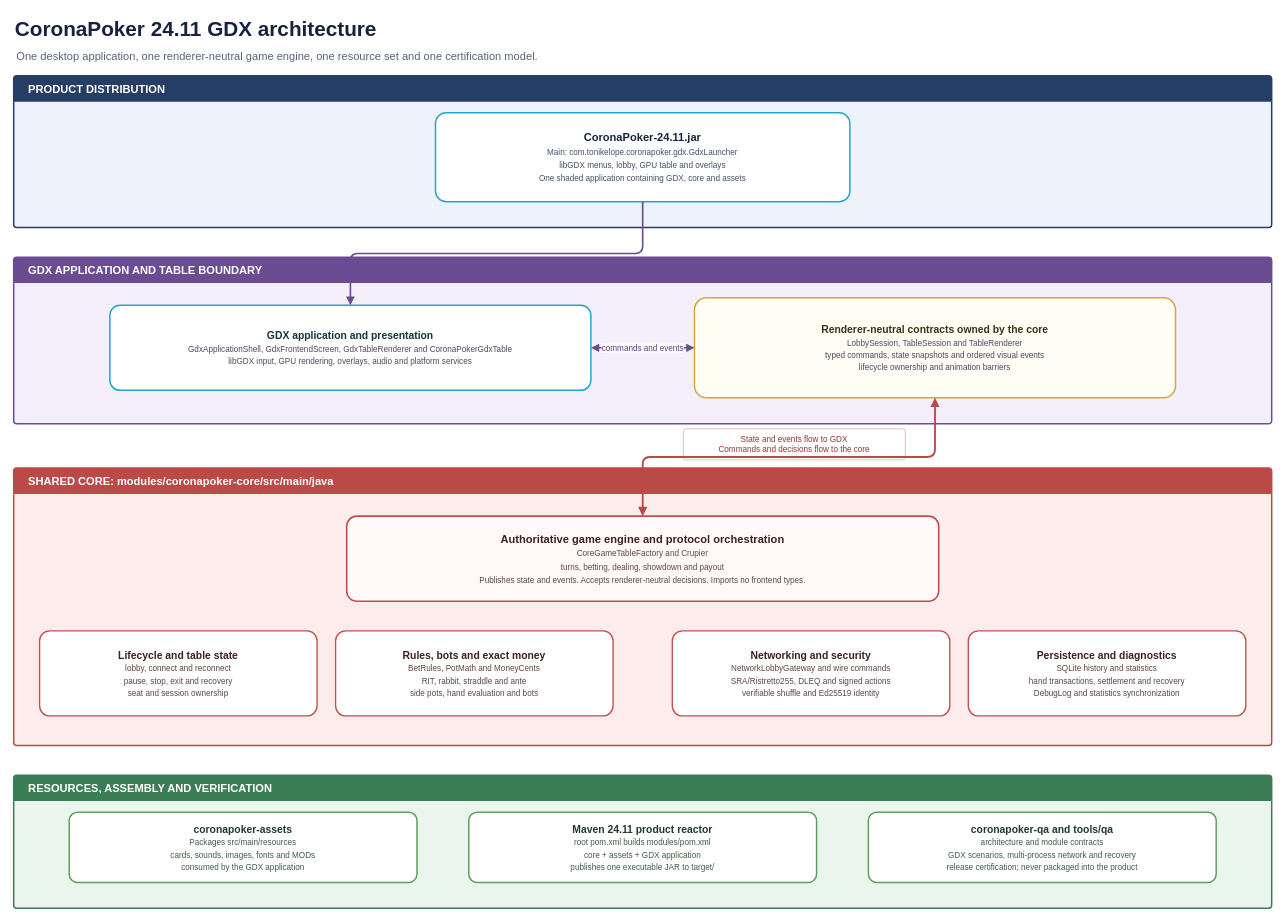
This is docs/diagrams/coronapoker-module-map.drawio from tonikelope/coronapoker, a draw.io file, before an edit. Source tidied: cells renumbered, new cells numbered last; positions are measured from the earlier drawing's top-left corner, leaving out a move shared by most shapes. Both pictures are drawn from the tidied source at 74%, with x=0, y=0 at pixel (13, 13).
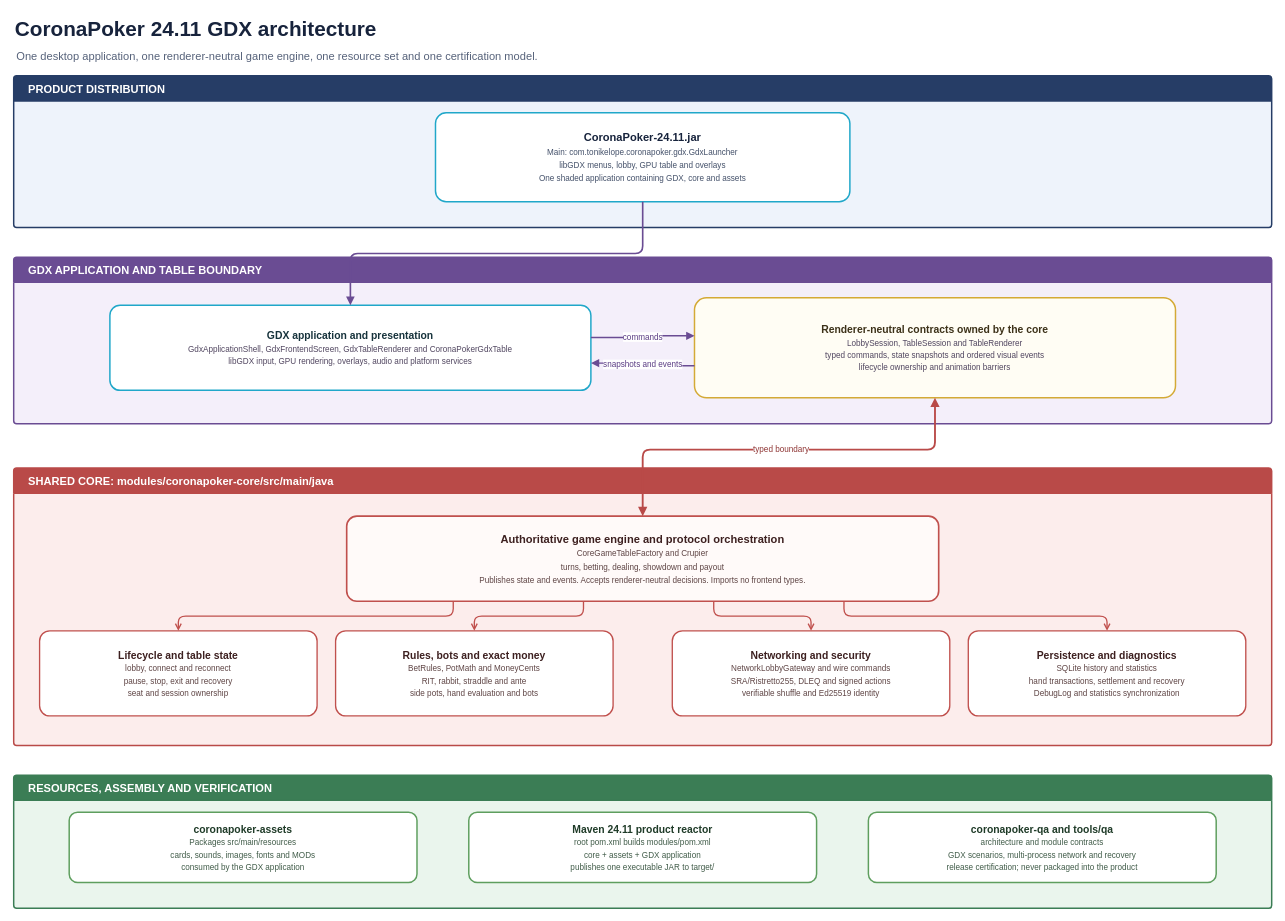
The same page after the edit.

Commit message (it also covers changes not shown here):
docs: clarify GDX architecture diagrams

Unchanged cells that the change refers to:
```xml
<mxCell id="7" value="&lt;b&gt;GDX application and presentation&lt;/b&gt;&lt;br&gt;&lt;span style=&quot;font-size:11px;color:#514660&quot;&gt;GdxApplicationShell, GdxFrontendScreen, GdxTableRenderer and CoronaPokerGdxTable&lt;br&gt;libGDX input, GPU rendering, overlays, audio and platform services&lt;/span&gt;" style="rounded=1;arcSize=12;whiteSpace=wrap;html=1;fillColor=#ffffff;strokeColor=#20a7c9;strokeWidth=2;fontColor=#17333c;fontSize=14;align=center;verticalAlign=middle;spacing=8;" parent="1" vertex="1">
  <mxGeometry x="130" y="395" width="650" height="115" as="geometry" />
</mxCell>
<mxCell id="8" value="&lt;b&gt;Renderer-neutral contracts owned by the core&lt;/b&gt;&lt;br&gt;&lt;span style=&quot;font-size:11px;color:#514660&quot;&gt;LobbySession, TableSession and TableRenderer&lt;br&gt;typed commands, state snapshots and ordered visual events&lt;br&gt;lifecycle ownership and animation barriers&lt;/span&gt;" style="rounded=1;arcSize=12;whiteSpace=wrap;html=1;fillColor=#fffdf4;strokeColor=#d4aa36;strokeWidth=2;fontColor=#3d3219;fontSize=14;align=center;verticalAlign=middle;spacing=7;" parent="1" vertex="1">
  <mxGeometry x="920" y="385" width="650" height="135" as="geometry" />
</mxCell>
<mxCell id="10" value="&lt;b&gt;Authoritative game engine and protocol orchestration&lt;/b&gt;&lt;br&gt;&lt;span style=&quot;font-size:11px;color:#5f4545&quot;&gt;CoreGameTableFactory and Crupier&lt;br&gt;turns, betting, dealing, showdown and payout&lt;br&gt;Publishes state and events. Accepts renderer-neutral decisions. Imports no frontend types.&lt;/span&gt;" style="rounded=1;arcSize=12;whiteSpace=wrap;html=1;fillColor=#fffaf9;strokeColor=#c0504d;strokeWidth=2.2;fontColor=#3d2020;fontSize=15;align=center;verticalAlign=middle;spacing=9;" parent="1" vertex="1">
  <mxGeometry x="450" y="680" width="800" height="115" as="geometry" />
</mxCell>
<mxCell id="11" value="&lt;b&gt;Lifecycle and table state&lt;/b&gt;&lt;br&gt;&lt;span style=&quot;font-size:11px;color:#5f4545&quot;&gt;lobby, connect and reconnect&lt;br&gt;pause, stop, exit and recovery&lt;br&gt;seat and session ownership&lt;/span&gt;" style="rounded=1;arcSize=12;whiteSpace=wrap;html=1;fillColor=#ffffff;strokeColor=#c0504d;strokeWidth=1.8;fontColor=#3d2020;fontSize=14;align=center;verticalAlign=middle;" parent="1" vertex="1">
  <mxGeometry x="35" y="835" width="375" height="115" as="geometry" />
</mxCell>
<mxCell id="12" value="&lt;b&gt;Rules, bots and exact money&lt;/b&gt;&lt;br&gt;&lt;span style=&quot;font-size:11px;color:#5f4545&quot;&gt;BetRules, PotMath and MoneyCents&lt;br&gt;RIT, rabbit, straddle and ante&lt;br&gt;side pots, hand evaluation and bots&lt;/span&gt;" style="rounded=1;arcSize=12;whiteSpace=wrap;html=1;fillColor=#ffffff;strokeColor=#c0504d;strokeWidth=1.8;fontColor=#3d2020;fontSize=14;align=center;verticalAlign=middle;" parent="1" vertex="1">
  <mxGeometry x="435" y="835" width="375" height="115" as="geometry" />
</mxCell>
<mxCell id="13" value="&lt;b&gt;Networking and security&lt;/b&gt;&lt;br&gt;&lt;span style=&quot;font-size:11px;color:#5f4545&quot;&gt;NetworkLobbyGateway and wire commands&lt;br&gt;SRA/Ristretto255, DLEQ and signed actions&lt;br&gt;verifiable shuffle and Ed25519 identity&lt;/span&gt;" style="rounded=1;arcSize=12;whiteSpace=wrap;html=1;fillColor=#ffffff;strokeColor=#c0504d;strokeWidth=1.8;fontColor=#3d2020;fontSize=14;align=center;verticalAlign=middle;" parent="1" vertex="1">
  <mxGeometry x="890" y="835" width="375" height="115" as="geometry" />
</mxCell>
<mxCell id="14" value="&lt;b&gt;Persistence and diagnostics&lt;/b&gt;&lt;br&gt;&lt;span style=&quot;font-size:11px;color:#5f4545&quot;&gt;SQLite history and statistics&lt;br&gt;hand transactions, settlement and recovery&lt;br&gt;DebugLog and statistics synchronization&lt;/span&gt;" style="rounded=1;arcSize=12;whiteSpace=wrap;html=1;fillColor=#ffffff;strokeColor=#c0504d;strokeWidth=1.8;fontColor=#3d2020;fontSize=14;align=center;verticalAlign=middle;" parent="1" vertex="1">
  <mxGeometry x="1290" y="835" width="375" height="115" as="geometry" />
</mxCell>
```

Change to the diagram source:
```diff
@@
-    <mxCell id="20" value="commands and events" style="edgeStyle=orthogonalEdgeStyle;rounded=1;html=1;startArrow=block;startFill=1;endArrow=block;endFill=1;strokeColor=#6a4c93;strokeWidth=2;exitX=1;exitY=0.5;entryX=0;entryY=0.5;fontColor=#5a3c83;labelBackgroundColor=#ffffff;" parent="1" edge="1" source="7" target="8">
+    <mxCell id="20" value="commands" style="edgeStyle=orthogonalEdgeStyle;rounded=1;html=1;endArrow=block;endFill=1;strokeColor=#6a4c93;strokeWidth=2;exitX=1;exitY=0.38;entryX=0;entryY=0.38;fontColor=#5a3c83;labelBackgroundColor=#ffffff;" parent="1" edge="1" source="7" target="8">
       <mxGeometry relative="1" as="geometry" />
     </mxCell>
-    <mxCell id="21" value="State and events flow to GDX&lt;br&gt;Commands and decisions flow to the core" style="rounded=1;arcSize=8;whiteSpace=wrap;html=1;fillColor=#ffffff;strokeColor=#d7a9a8;fontColor=#8f3635;fontSize=11;align=center;verticalAlign=middle;" parent="1" vertex="1">
-      <mxGeometry x="905" y="562" width="300" height="42" as="geometry" />
-    </mxCell>
+    <mxCell id="23" value="snapshots and events" style="edgeStyle=orthogonalEdgeStyle;rounded=1;html=1;endArrow=block;endFill=1;strokeColor=#6a4c93;strokeWidth=2;exitX=0;exitY=0.68;entryX=1;entryY=0.68;fontColor=#5a3c83;labelBackgroundColor=#ffffff;" parent="1" edge="1" source="8" target="7">
+      <mxGeometry relative="1" as="geometry" />
+    </mxCell>
-    <mxCell id="22" style="edgeStyle=orthogonalEdgeStyle;rounded=1;html=1;startArrow=block;startFill=1;endArrow=block;endFill=1;strokeColor=#b94a48;strokeWidth=2.5;exitX=0.5;exitY=1;entryX=0.5;entryY=0;" parent="1" edge="1" source="8" target="10">
-      <mxGeometry relative="1" as="geometry" />
+    <mxCell id="22" value="typed boundary" style="edgeStyle=orthogonalEdgeStyle;rounded=1;html=1;startArrow=block;startFill=1;endArrow=block;endFill=1;strokeColor=#b94a48;strokeWidth=2.5;exitX=0.5;exitY=1;entryX=0.5;entryY=0;fontColor=#8f3635;labelBackgroundColor=#ffffff;" parent="1" edge="1" source="8" target="10">
+      <mxGeometry relative="1" as="geometry">
+        <Array as="points">
+          <mxPoint x="1245" y="590" />
+          <mxPoint x="850" y="590" />
+        </Array>
+      </mxGeometry>
     </mxCell>
+    <mxCell id="24" style="edgeStyle=orthogonalEdgeStyle;rounded=1;html=1;endArrow=open;endFill=0;strokeColor=#c0504d;strokeWidth=1.8;exitX=0.18;exitY=1;entryX=0.5;entryY=0;" parent="1" edge="1" source="10" target="11">
+      <mxGeometry relative="1" as="geometry" />
+    </mxCell>
+    <mxCell id="25" style="edgeStyle=orthogonalEdgeStyle;rounded=1;html=1;endArrow=open;endFill=0;strokeColor=#c0504d;strokeWidth=1.8;exitX=0.4;exitY=1;entryX=0.5;entryY=0;" parent="1" edge="1" source="10" target="12">
+      <mxGeometry relative="1" as="geometry" />
+    </mxCell>
+    <mxCell id="26" style="edgeStyle=orthogonalEdgeStyle;rounded=1;html=1;endArrow=open;endFill=0;strokeColor=#c0504d;strokeWidth=1.8;exitX=0.62;exitY=1;entryX=0.5;entryY=0;" parent="1" edge="1" source="10" target="13">
+      <mxGeometry relative="1" as="geometry" />
+    </mxCell>
+    <mxCell id="27" style="edgeStyle=orthogonalEdgeStyle;rounded=1;html=1;endArrow=open;endFill=0;strokeColor=#c0504d;strokeWidth=1.8;exitX=0.84;exitY=1;entryX=0.5;entryY=0;" parent="1" edge="1" source="10" target="14">
+      <mxGeometry relative="1" as="geometry" />
+    </mxCell>
```
